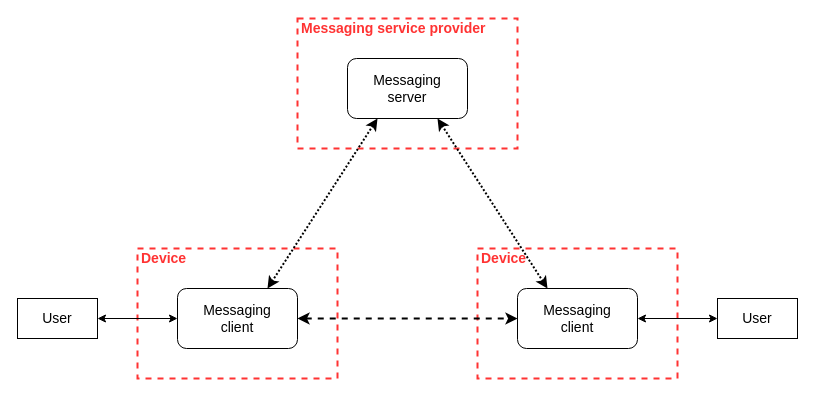
Above: dfds/DIM-level-0.drawio in kkredit/confronting-wicked-crypto (draw.io), before the change. Source tidied: cells renumbered, new cells numbered last; positions are measured from the earlier drawing's top-left corner, leaving out a move shared by most shapes. Both pictures are drawn from the tidied source at 100%, with x=0, y=0 at pixel (17, 18).
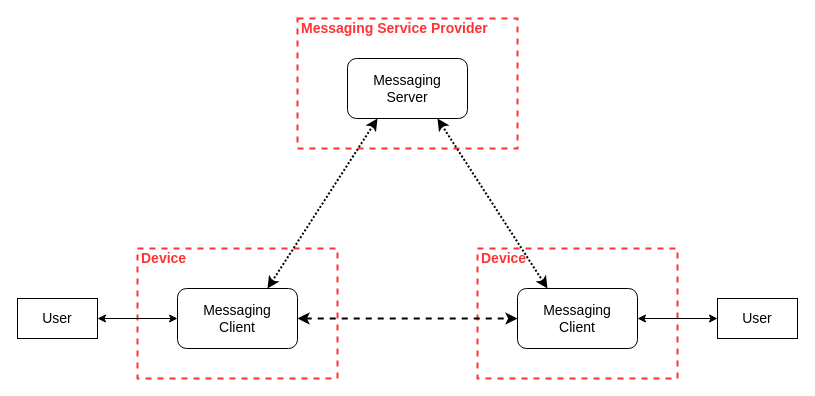
Above is the later version.

What changed in the source:
```diff
@@
 <mxGraphModel>
   <root>
     <mxCell id="0" />
     <mxCell id="1" parent="0" />
     <mxCell id="2" value="&lt;font style=&quot;font-size: 14px&quot;&gt;Device&lt;/font&gt;" style="html=1;fontColor=#FF3333;fontStyle=1;align=left;verticalAlign=top;spacing=0;labelBorderColor=none;fillColor=none;dashed=1;strokeWidth=2;strokeColor=#FF3333;spacingLeft=4;spacingTop=-3;" parent="1" vertex="1">
       <mxGeometry x="120" y="230" width="200" height="130" as="geometry" />
     </mxCell>
     <mxCell id="3" value="&lt;font style=&quot;font-size: 14px&quot;&gt;User&lt;/font&gt;" style="rounded=0;whiteSpace=wrap;html=1;" parent="1" vertex="1">
       <mxGeometry y="280" width="80" height="40" as="geometry" />
     </mxCell>
     <mxCell id="4" style="endArrow=classic;startArrow=classic;html=1;fontColor=#FF3333;entryX=1;entryY=0.5;entryDx=0;entryDy=0;exitX=0;exitY=0.5;exitDx=0;exitDy=0;" parent="1" edge="1" source="5" target="3">
       <mxGeometry relative="1" as="geometry" />
     </mxCell>
-    <mxCell id="5" value="&lt;font style=&quot;font-size: 14px&quot;&gt;Messaging&lt;br&gt;client&lt;/font&gt;" style="rounded=1;whiteSpace=wrap;html=1;" parent="1" vertex="1">
+    <mxCell id="5" value="&lt;font style=&quot;font-size: 14px&quot;&gt;Messaging&lt;br&gt;Client&lt;/font&gt;" style="rounded=1;whiteSpace=wrap;html=1;" parent="1" vertex="1">
       <mxGeometry x="160" y="270" width="120" height="60" as="geometry" />
     </mxCell>
     <mxCell id="6" value="&lt;font style=&quot;font-size: 14px&quot;&gt;Device&lt;/font&gt;" style="html=1;fontColor=#FF3333;fontStyle=1;align=left;verticalAlign=top;spacing=0;labelBorderColor=none;fillColor=none;dashed=1;strokeWidth=2;strokeColor=#FF3333;spacingLeft=4;spacingTop=-3;" parent="1" vertex="1">
       <mxGeometry x="460" y="230" width="200" height="130" as="geometry" />
     </mxCell>
     <mxCell id="7" value="&lt;font style=&quot;font-size: 14px&quot;&gt;User&lt;/font&gt;" style="rounded=0;whiteSpace=wrap;html=1;" parent="1" vertex="1">
       <mxGeometry x="700" y="280" width="80" height="40" as="geometry" />
     </mxCell>
     <mxCell id="8" style="endArrow=classic;startArrow=classic;html=1;fontColor=#FF3333;entryX=0;entryY=0.5;entryDx=0;entryDy=0;exitX=1;exitY=0.5;exitDx=0;exitDy=0;" parent="1" edge="1" source="9" target="7">
       <mxGeometry relative="1" as="geometry" />
     </mxCell>
-    <mxCell id="9" value="&lt;font style=&quot;font-size: 14px&quot;&gt;Messaging&lt;br&gt;client&lt;/font&gt;" style="rounded=1;whiteSpace=wrap;html=1;" parent="1" vertex="1">
+    <mxCell id="9" value="&lt;font style=&quot;font-size: 14px&quot;&gt;Messaging&lt;br&gt;Client&lt;/font&gt;" style="rounded=1;whiteSpace=wrap;html=1;" parent="1" vertex="1">
       <mxGeometry x="500" y="270" width="120" height="60" as="geometry" />
     </mxCell>
     <mxCell id="10" style="endArrow=classic;startArrow=classic;html=1;fontColor=#FF3333;entryX=0;entryY=0.5;entryDx=0;entryDy=0;exitX=1;exitY=0.5;exitDx=0;exitDy=0;dashed=1;strokeWidth=2;" parent="1" edge="1" source="5" target="9">
       <mxGeometry relative="1" as="geometry" />
     </mxCell>
-    <mxCell id="11" value="&lt;font style=&quot;font-size: 14px&quot;&gt;Messaging service provider&lt;/font&gt;" style="html=1;fontColor=#FF3333;fontStyle=1;align=left;verticalAlign=top;spacing=0;labelBorderColor=none;fillColor=none;dashed=1;strokeWidth=2;strokeColor=#FF3333;spacingLeft=4;spacingTop=-3;" parent="1" vertex="1">
+    <mxCell id="11" value="&lt;font style=&quot;font-size: 14px&quot;&gt;Messaging Service Provider&lt;/font&gt;" style="html=1;fontColor=#FF3333;fontStyle=1;align=left;verticalAlign=top;spacing=0;labelBorderColor=none;fillColor=none;dashed=1;strokeWidth=2;strokeColor=#FF3333;spacingLeft=4;spacingTop=-3;" parent="1" vertex="1">
       <mxGeometry x="280" width="220" height="130" as="geometry" />
     </mxCell>
-    <mxCell id="12" value="&lt;font style=&quot;font-size: 14px&quot;&gt;Messaging&lt;br&gt;server&lt;/font&gt;" style="rounded=1;whiteSpace=wrap;html=1;" parent="1" vertex="1">
+    <mxCell id="12" value="&lt;font style=&quot;font-size: 14px&quot;&gt;Messaging&lt;br&gt;Server&lt;/font&gt;" style="rounded=1;whiteSpace=wrap;html=1;" parent="1" vertex="1">
       <mxGeometry x="330" y="40" width="120" height="60" as="geometry" />
     </mxCell>
     <mxCell id="13" style="endArrow=classic;startArrow=classic;html=1;fontColor=#FF3333;entryX=0.25;entryY=1;entryDx=0;entryDy=0;exitX=0.75;exitY=0;exitDx=0;exitDy=0;dashed=1;strokeWidth=2;dashPattern=1 1;" parent="1" edge="1" source="5" target="12">
       <mxGeometry relative="1" as="geometry" />
     </mxCell>
     <mxCell id="14" style="endArrow=classic;startArrow=classic;html=1;fontColor=#FF3333;entryX=0.75;entryY=1;entryDx=0;entryDy=0;exitX=0.25;exitY=0;exitDx=0;exitDy=0;dashed=1;strokeWidth=2;dashPattern=1 1;" parent="1" edge="1" source="9" target="12">
       <mxGeometry relative="1" as="geometry" />
     </mxCell>
   </root>
 </mxGraphModel>
```
